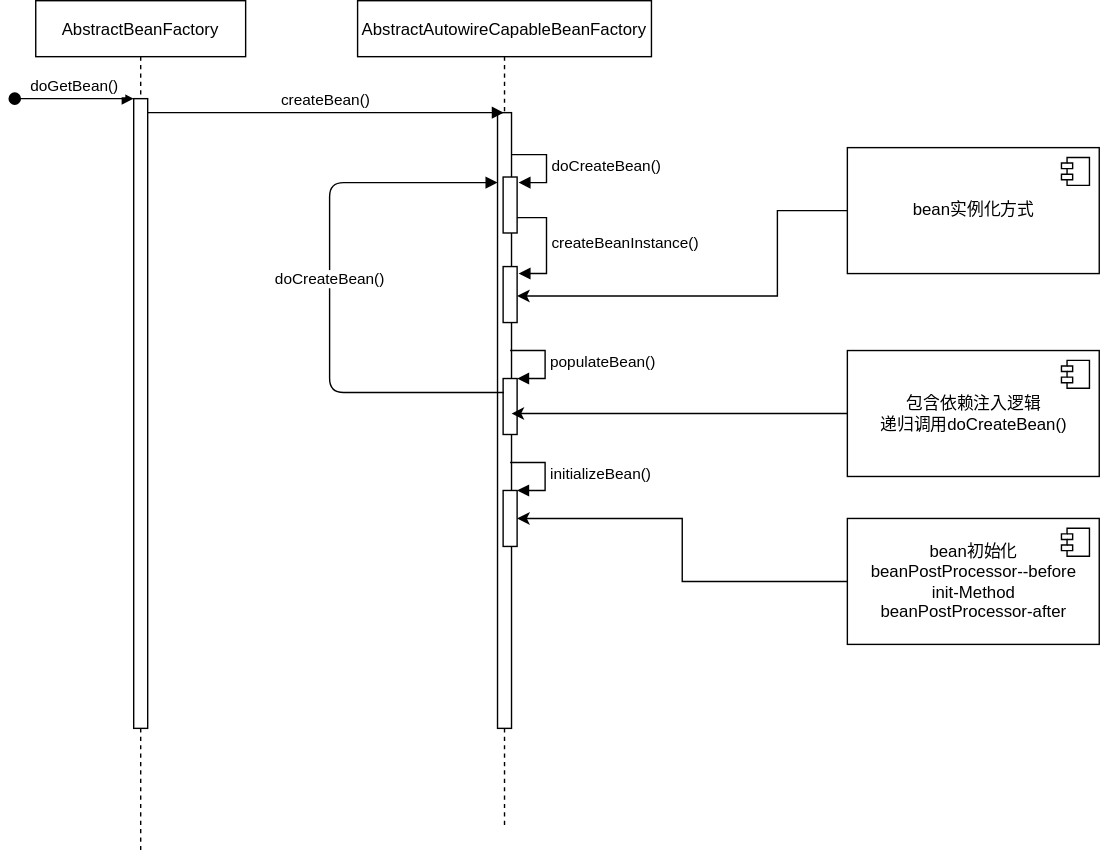
Above: bean生命周期.svg in CatoyNan/imageCloud (draw.io), before the change. Source tidied: cells renumbered, new cells last; positions are measured from the earlier drawing's top-left corner, leaving out a move shared by most shapes.
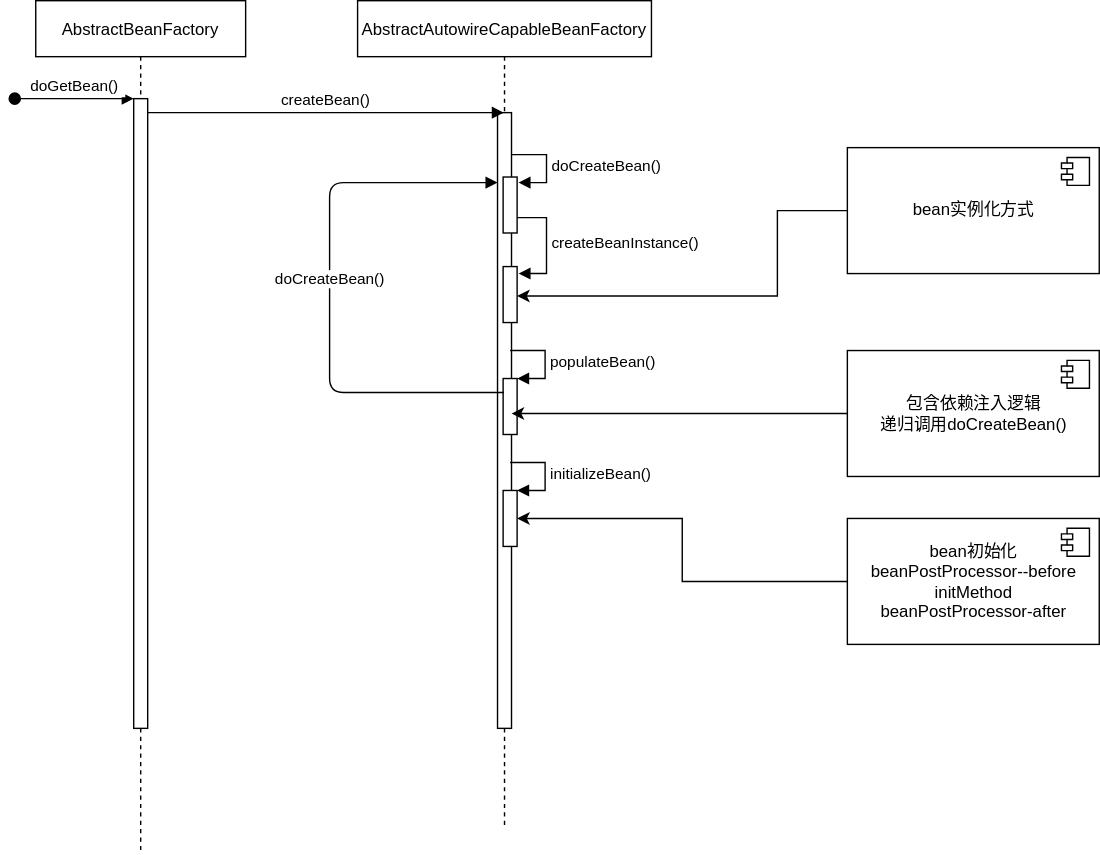
The same diagram one commit later.

Commit message:
更新bean生命周期.svg

Diff of the diagram source:
```diff
@@ -116,7 +116,7 @@
     <mxCell id="23" style="edgeStyle=orthogonalEdgeStyle;rounded=0;jettySize=auto;html=1;" parent="1" edge="1" source="24" target="12">
       <mxGeometry relative="1" as="geometry" />
     </mxCell>
-    <mxCell id="24" value="bean初始化&lt;br&gt;beanPostProcessor--before&lt;br&gt;init-Method&lt;br&gt;beanPostProcessor-after" style="html=1;" parent="1" vertex="1">
+    <mxCell id="24" value="bean初始化&lt;br&gt;beanPostProcessor--before&lt;br&gt;initMethod&lt;br&gt;beanPostProcessor-after" style="html=1;" parent="1" vertex="1">
       <mxGeometry x="595" y="370" width="180" height="90" as="geometry" />
     </mxCell>
     <mxCell id="25" style="shape=module;jettyWidth=8;jettyHeight=4;" parent="24" vertex="1">
```
